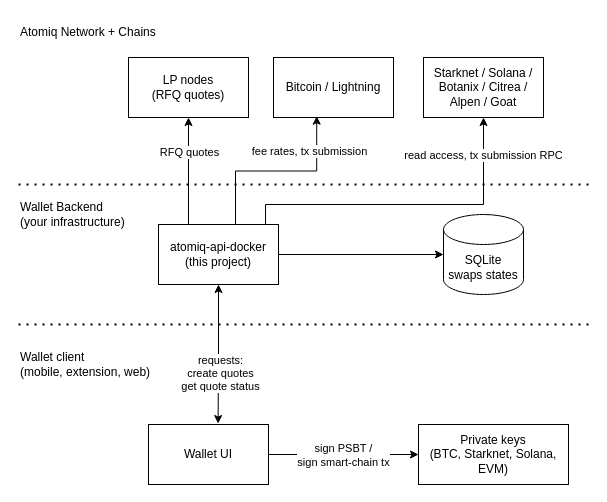
The draw.io diagram docs/docker-swap-backend.drawio in atomiqlabs/atomiq-api-docker, before the edit. Source tidied: cells renumbered, new cells numbered last; positions are measured from the earlier drawing's top-left corner, leaving out a move shared by most shapes. Both pictures are drawn from the tidied source at 100%, with x=0, y=0 at pixel (18, 17).
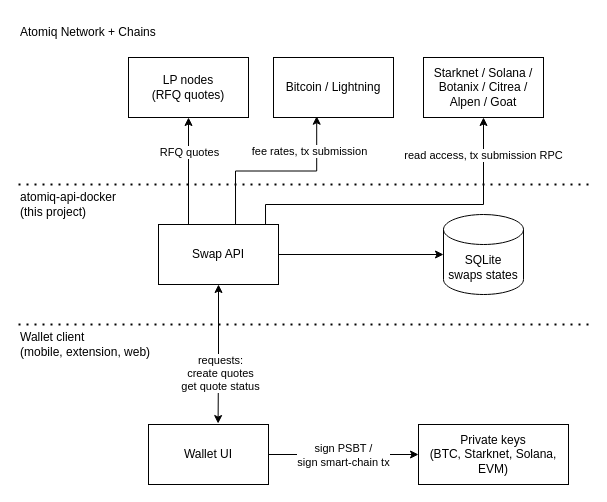
The same diagram, later.

Commit message (it also covers changes not shown here):
Update readme and system diagram

Change to the diagram source:
```diff
@@
-    <mxCell id="15" value="&lt;div&gt;atomiq-api-docker&lt;/div&gt;&lt;div&gt;(this project)&lt;/div&gt;" style="rounded=0;whiteSpace=wrap;html=1;" parent="1" vertex="1">
+    <mxCell id="15" value="&lt;div&gt;Swap API&lt;/div&gt;" style="rounded=0;whiteSpace=wrap;html=1;" parent="1" vertex="1">
       <mxGeometry x="140" y="207" width="120" height="60" as="geometry" />
     </mxCell>
@@
-    <mxCell id="22" value="&lt;div&gt;Wallet Backend&lt;/div&gt;&lt;div&gt;(your infrastructure)&lt;/div&gt;" style="text;html=1;align=left;verticalAlign=middle;strokeColor=none;fillColor=none;" parent="1" vertex="1">
-      <mxGeometry y="177" width="130" height="40" as="geometry" />
+    <mxCell id="22" value="atomiq-api-docker&#10;(this project)" style="text;html=1;align=left;verticalAlign=middle;strokeColor=none;fillColor=none;" parent="1" vertex="1">
+      <mxGeometry y="167" width="120" height="40" as="geometry" />
     </mxCell>
     <mxCell id="23" value="Wallet client&lt;br&gt;(mobile, extension, web)" style="text;html=1;align=left;verticalAlign=middle;strokeColor=none;fillColor=none;" parent="1" vertex="1">
-      <mxGeometry y="327" width="150" height="40" as="geometry" />
+      <mxGeometry y="307" width="150" height="40" as="geometry" />
     </mxCell>
```
